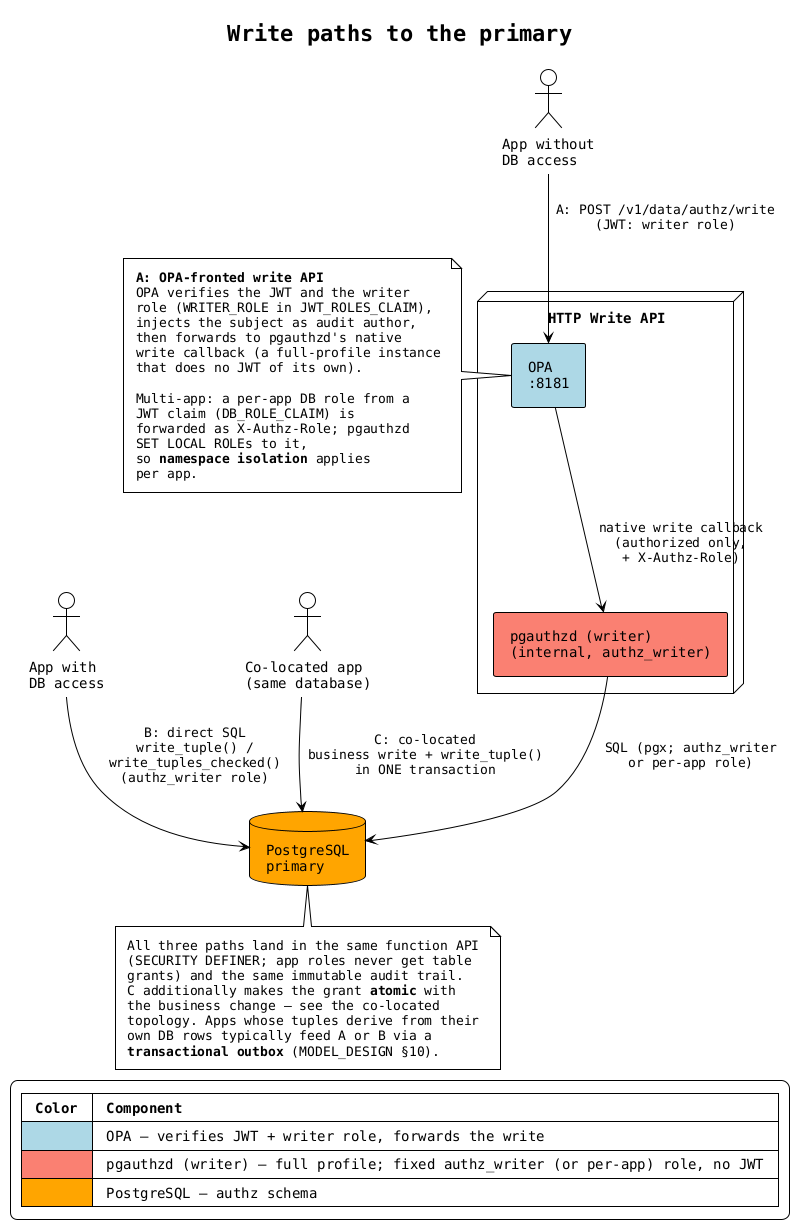
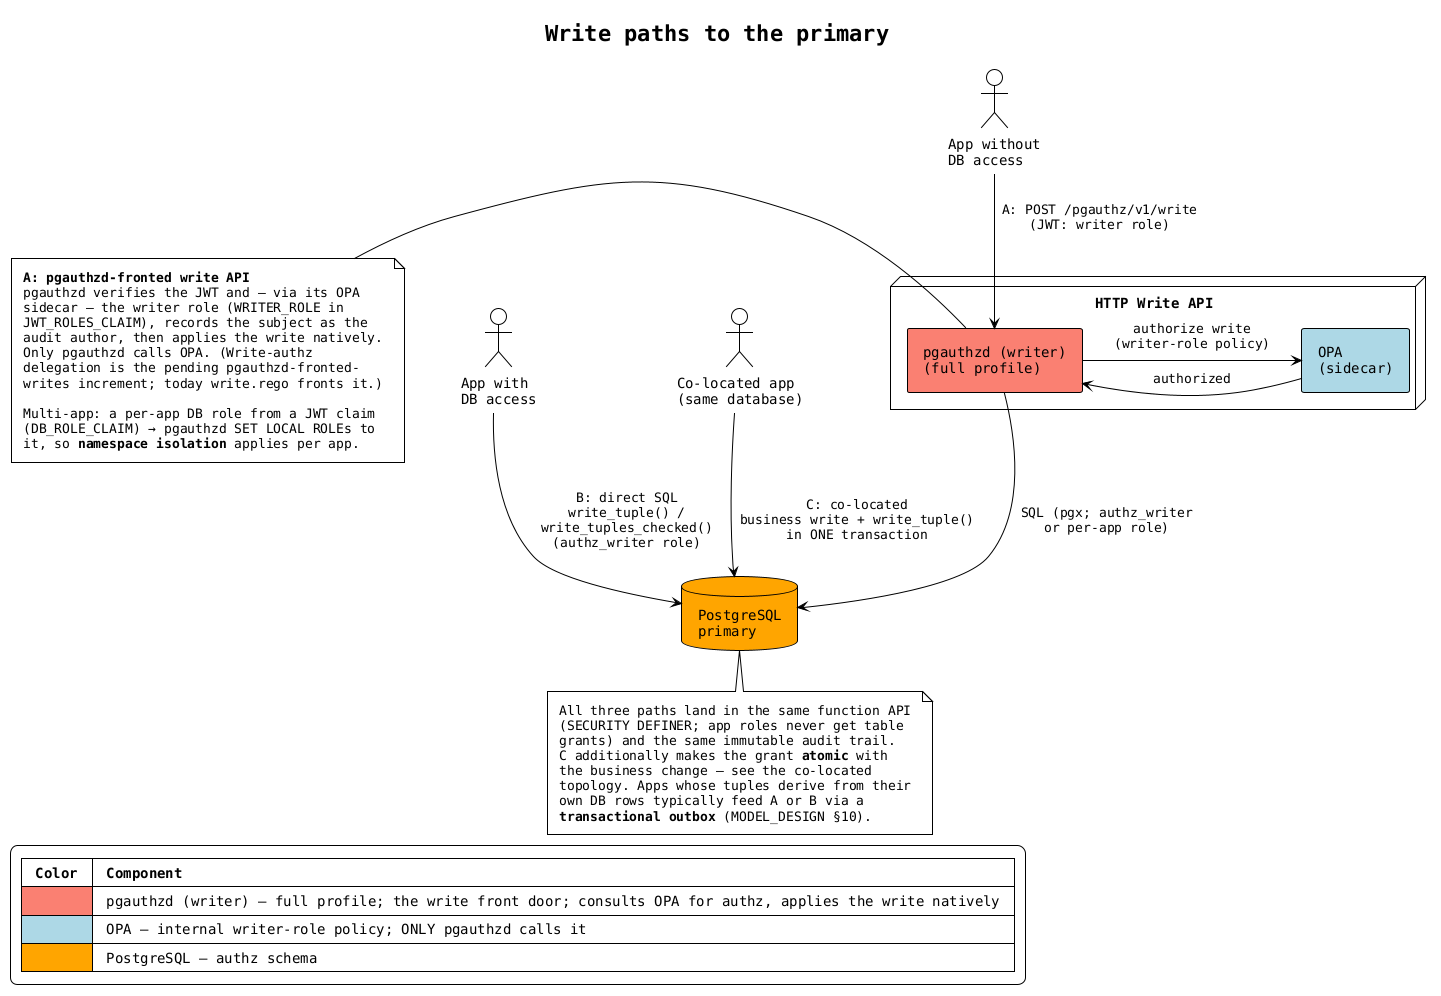
@startuml architecture-write-api

!theme plain
skinparam backgroundColor white
skinparam componentStyle rectangle
skinparam defaultFontName monospaced
skinparam nodesep 50
skinparam ranksep 40
skinparam padding 6

title Write paths to the primary

actor "App without\nDB access" as appA
actor "App with\nDB access" as appB
actor "Co-located app\n(same database)" as appC

note as N1
-   **A: OPA-fronted write API**
-   OPA verifies the JWT and the writer
-   role (WRITER_ROLE in JWT_ROLES_CLAIM),
-   injects the subject as audit author,
-   then forwards to pgauthzd's native
-   write callback (a full-profile instance
-   that does no JWT of its own).
+   **A: pgauthzd-fronted write API**
+   pgauthzd verifies the JWT and — via its OPA
+   sidecar — the writer role (WRITER_ROLE in
+   JWT_ROLES_CLAIM), records the subject as the
+   audit author, then applies the write natively.
+   Only pgauthzd calls OPA. (Write-authz
+   delegation is the pending pgauthzd-fronted-
+   writes increment; today write.rego fronts it.)

-   Multi-app: a per-app DB role from a
-   JWT claim (DB_ROLE_CLAIM) is
-   forwarded as X-Authz-Role; pgauthzd
-   SET LOCAL ROLEs to it,
-   so **namespace isolation** applies
-   per app.
+   Multi-app: a per-app DB role from a JWT claim
+   (DB_ROLE_CLAIM) → pgauthzd SET LOCAL ROLEs to
+   it, so **namespace isolation** applies per app.
end note

node "HTTP Write API" as optA {
-     component "OPA\n:8181" as opa #LightBlue
-     component "pgauthzd (writer)\n(internal, authz_writer)" as pgd #Salmon
+     component "pgauthzd (writer)\n(full profile)" as pgd #Salmon
+     component "OPA\n(sidecar)" as opa #LightBlue
}

database "PostgreSQL\nprimary" as pg #Orange

- N1 -right-> opa
+ N1 -right-> pgd

- appA -down-> opa : "A: POST /v1/data/authz/write\n(JWT: writer role)"
- opa -down-> pgd : "native write callback\n(authorized only,\n+ X-Authz-Role)"
+ appA -down-> pgd : "A: POST /pgauthz/v1/write\n(JWT: writer role)"
+ pgd -right-> opa : "authorize write\n(writer-role policy)"
+ opa -left-> pgd : "authorized"
pgd -down-> pg : "SQL (pgx; authz_writer\nor per-app role)"

appB -down-> pg : "B: direct SQL\nwrite_tuple() /\nwrite_tuples_checked()\n(authz_writer role)"

appC -down-> pg : "C: co-located\nbusiness write + write_tuple()\nin ONE transaction"

note bottom of pg
  All three paths land in the same function API
  (SECURITY DEFINER; app roles never get table
  grants) and the same immutable audit trail.
  C additionally makes the grant **atomic** with
  the business change — see the co-located
  topology. Apps whose tuples derive from their
  own DB rows typically feed A or B via a
  **transactional outbox** (MODEL_DESIGN §10).
end note

legend bottom left
  |= Color |= Component |
-   | <#LightBlue> | OPA — verifies JWT + writer role, forwards the write |
-   | <#Salmon> | pgauthzd (writer) — full profile; fixed authz_writer (or per-app) role, no JWT |
+   | <#Salmon> | pgauthzd (writer) — full profile; the write front door; consults OPA for authz, applies the write natively |
+   | <#LightBlue> | OPA — internal writer-role policy; ONLY pgauthzd calls it |
  | <#Orange> | PostgreSQL — authz schema |
end legend

@enduml
